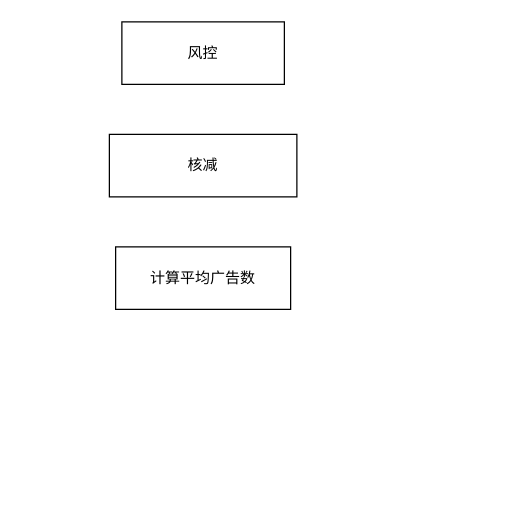
The draw.io diagram 羊咩咩渠道apk推广报表计算流程.drawio in chengyi3192/draw, before the edit. Source tidied: cells renumbered, new cells numbered last; positions are measured from the earlier drawing's top-left corner, leaving out a move shared by most shapes. Both pictures are drawn from the tidied source at 125%, with x=0, y=0 at pixel (109, 21).
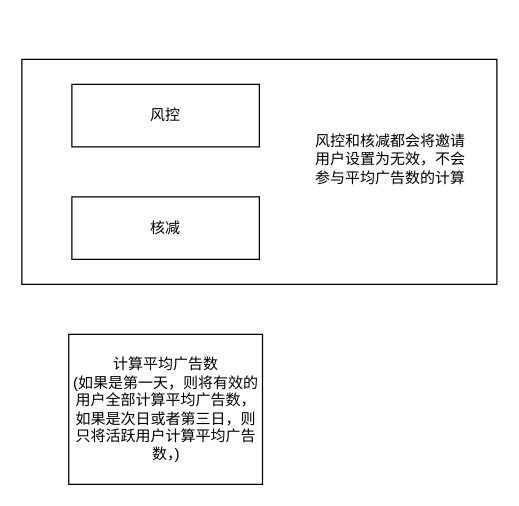
Above is the later version.

Commit message:
更新羊咩咩渠道apk推广报表计算流程.drawio

What changed in the source:
```diff
@@
 <mxGraphModel>
   <root>
     <mxCell id="0" />
     <mxCell id="1" parent="0" />
+    <mxCell id="5" style="rounded=0;whiteSpace=wrap;html=1;fontSize=12;" parent="1" vertex="1">
+      <mxGeometry x="-70" y="30" width="380" height="180" as="geometry" />
+    </mxCell>
     <mxCell id="2" value="核减" style="rounded=0;whiteSpace=wrap;html=1;" parent="1" vertex="1">
-      <mxGeometry y="90" width="150" height="50" as="geometry" />
+      <mxGeometry x="-30" y="140" width="150" height="50" as="geometry" />
     </mxCell>
     <mxCell id="3" value="风控" style="rounded=0;whiteSpace=wrap;html=1;" parent="1" vertex="1">
-      <mxGeometry x="10" width="130" height="50" as="geometry" />
+      <mxGeometry x="-30" y="50" width="150" height="50" as="geometry" />
     </mxCell>
-    <mxCell id="4" value="计算平均广告数" style="rounded=0;whiteSpace=wrap;html=1;" parent="1" vertex="1">
-      <mxGeometry x="5" y="180" width="140" height="50" as="geometry" />
+    <mxCell id="4" value="计算平均广告数&lt;br&gt;(&lt;span&gt;如果是第一天，则将有效的用户全部计算平均广告数，如果是次日或者第三日，则只将活跃用户计算平均广告数，)&lt;/span&gt;" style="rounded=0;whiteSpace=wrap;html=1;" parent="1" vertex="1">
+      <mxGeometry x="-32.5" y="250" width="155" height="120" as="geometry" />
     </mxCell>
+    <mxCell id="6" value="风控和核减都会将邀请用户设置为无效，不会参与平均广告数的计算" style="text;html=1;strokeColor=none;fillColor=none;align=center;verticalAlign=middle;whiteSpace=wrap;rounded=0;fontSize=12;" parent="1" vertex="1">
+      <mxGeometry x="160" y="50" width="130" height="120" as="geometry" />
+    </mxCell>
   </root>
 </mxGraphModel>
```
